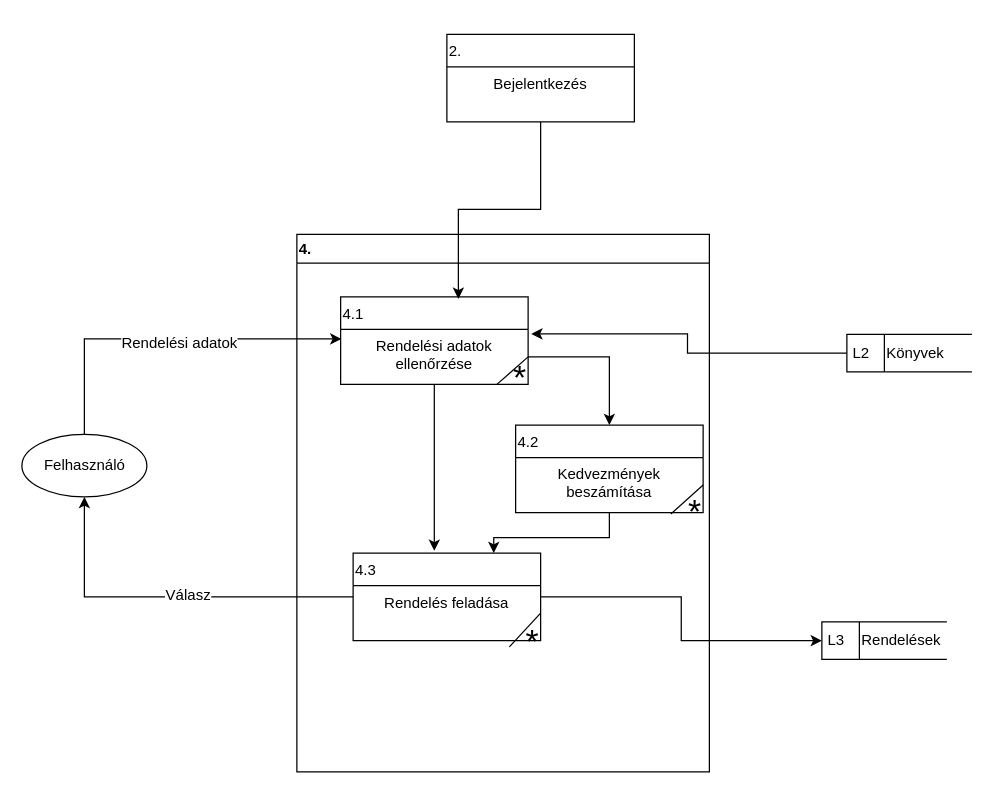
Dzseta/Adatbazis-alapu-rendszerek keeps this draw.io diagram as page "Page-4" (4 of 5) of dfd_logikai.drawio. Above is the earlier version. Source tidied: cells renumbered, new cells numbered last; positions are measured from the earlier drawing's top-left corner, leaving out a move shared by most shapes. Both pictures are drawn from the tidied source at 125%, with x=0, y=0 at pixel (21, 34).
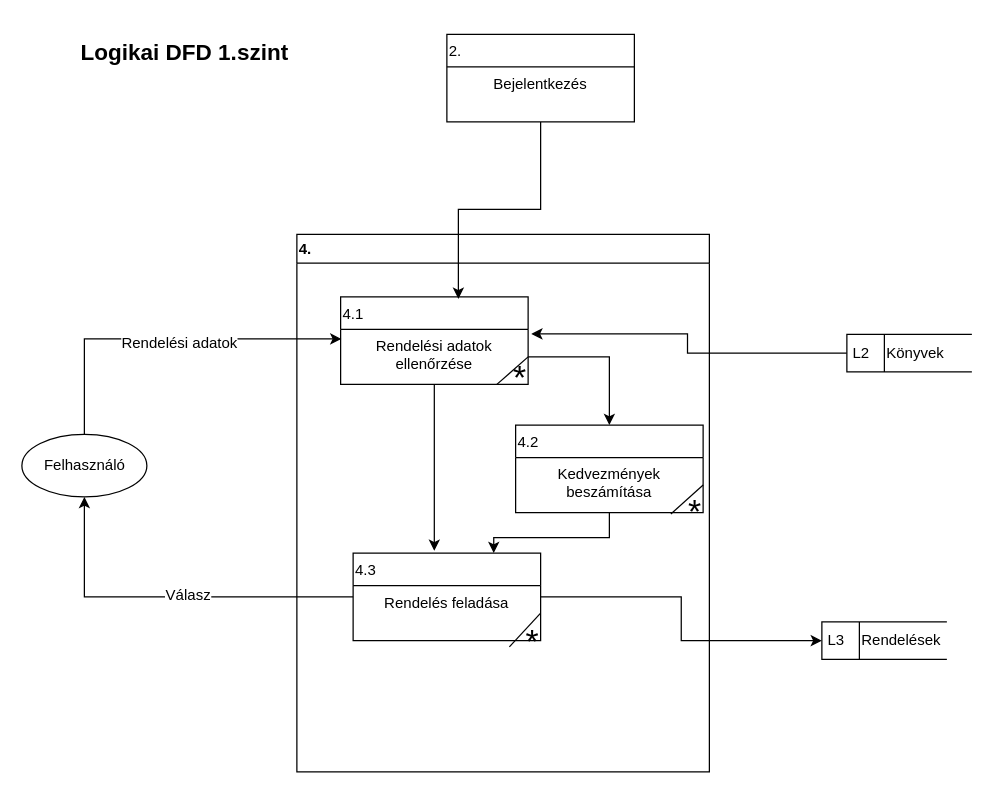
The same diagram, later.

Change to the diagram source:
```diff
@@
+    <mxCell id="32" value="&lt;h2&gt;Logikai DFD 1.szint&lt;/h2&gt;" style="text;html=1;align=center;verticalAlign=middle;" parent="1" vertex="1">
+      <mxGeometry x="40" y="-10" width="180" height="50" as="geometry" />
+    </mxCell>
```
